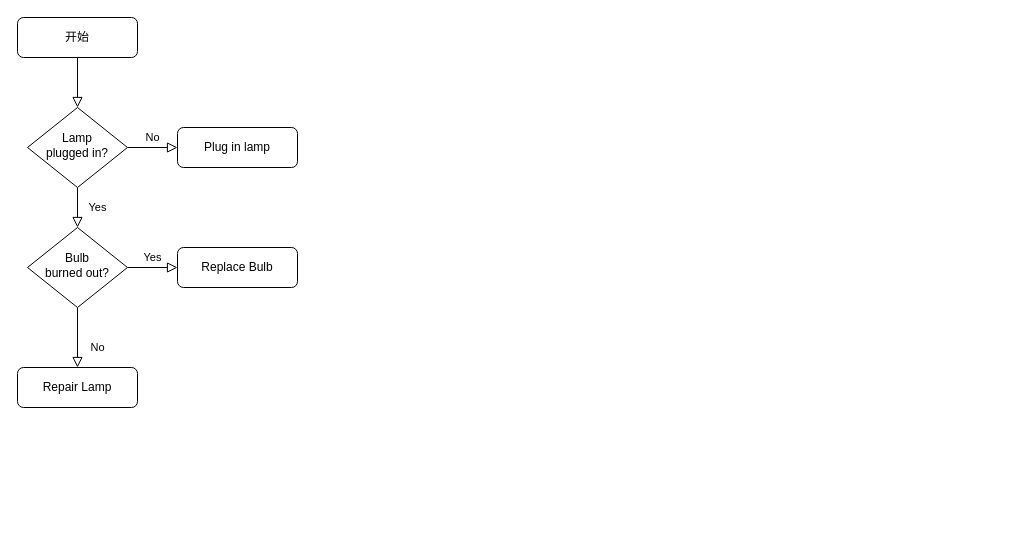
Before: 未命名绘图.drawio in CrazyBeats/ZRepo, a draw.io diagram. Source tidied: cells renumbered, new cells numbered last; positions are measured from the earlier drawing's top-left corner, leaving out a move shared by most shapes. Both pictures are drawn from the tidied source at 100%, with x=0, y=0 at pixel (17, 17).
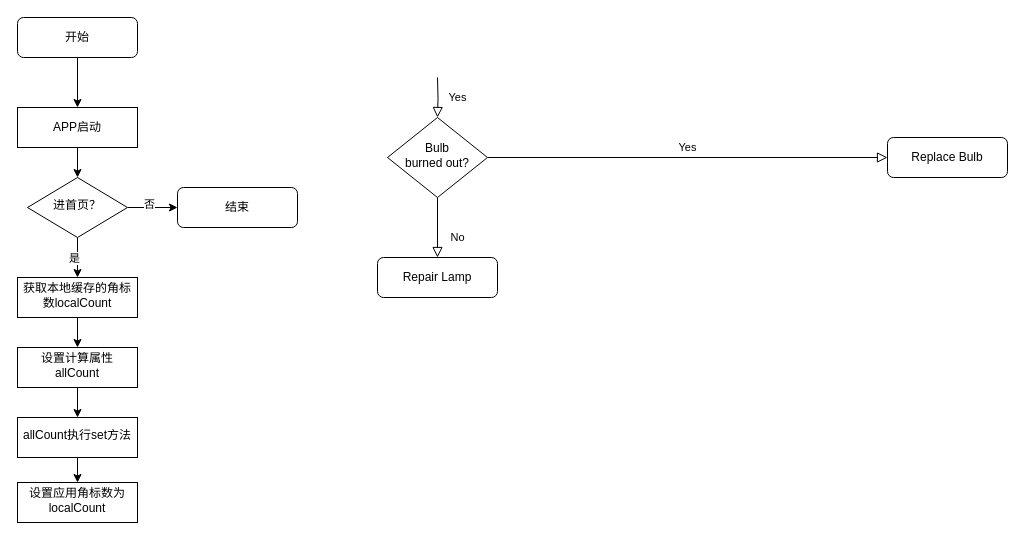
After the change.

Commit message:
桌面角标流程图.drawio

Unchanged cells that the change refers to:
```xml
<mxCell id="3" value="开始" style="rounded=1;whiteSpace=wrap;html=1;fontSize=12;glass=0;strokeWidth=1;shadow=0;" parent="1" vertex="1">
  <mxGeometry width="120" height="40" as="geometry" />
</mxCell>
```

Change to the diagram source:
```diff
@@
-    <mxCell id="2" style="rounded=0;html=1;jettySize=auto;fontSize=11;endArrow=block;endFill=0;endSize=8;strokeWidth=1;shadow=0;labelBackgroundColor=none;edgeStyle=orthogonalEdgeStyle;" parent="1" edge="1" source="3" target="6">
-      <mxGeometry relative="1" as="geometry" />
-    </mxCell>
+    <mxCell id="13" style="edgeStyle=orthogonalEdgeStyle;rounded=0;jettySize=auto;html=1;" parent="1" edge="1" source="3" target="15">
+      <mxGeometry relative="1" as="geometry" />
+    </mxCell>
@@
-    <mxCell id="4" value="Yes" style="rounded=0;html=1;jettySize=auto;fontSize=11;endArrow=block;endFill=0;endSize=8;strokeWidth=1;shadow=0;labelBackgroundColor=none;edgeStyle=orthogonalEdgeStyle;" parent="1" edge="1" source="6" target="10">
-      <mxGeometry y="20" relative="1" as="geometry" />
+    <mxCell id="4" value="Yes" style="rounded=0;html=1;jettySize=auto;fontSize=11;endArrow=block;endFill=0;endSize=8;strokeWidth=1;shadow=0;labelBackgroundColor=none;edgeStyle=orthogonalEdgeStyle;" parent="1" edge="1" target="10">
+      <mxGeometry y="20" relative="1" as="geometry">
+        <mxPoint x="420" y="60" as="sourcePoint" />
+      </mxGeometry>
     </mxCell>
-    <mxCell id="5" value="No" style="edgeStyle=orthogonalEdgeStyle;rounded=0;html=1;jettySize=auto;fontSize=11;endArrow=block;endFill=0;endSize=8;strokeWidth=1;shadow=0;labelBackgroundColor=none;" parent="1" edge="1" source="6" target="7">
-      <mxGeometry y="10" relative="1" as="geometry" />
-    </mxCell>
-    <mxCell id="6" value="Lamp&lt;br&gt;plugged in?" style="rhombus;whiteSpace=wrap;html=1;shadow=0;fontFamily=Helvetica;fontSize=12;align=center;strokeWidth=1;spacing=6;spacingTop=-4;" parent="1" vertex="1">
-      <mxGeometry x="10" y="90" width="100" height="80" as="geometry" />
-    </mxCell>
-    <mxCell id="7" value="Plug in lamp" style="rounded=1;whiteSpace=wrap;html=1;fontSize=12;glass=0;strokeWidth=1;shadow=0;" parent="1" vertex="1">
-      <mxGeometry x="160" y="110" width="120" height="40" as="geometry" />
-    </mxCell>
@@
     <mxCell id="10" value="Bulb&lt;br&gt;burned out?" style="rhombus;whiteSpace=wrap;html=1;shadow=0;fontFamily=Helvetica;fontSize=12;align=center;strokeWidth=1;spacing=6;spacingTop=-4;" parent="1" vertex="1">
-      <mxGeometry x="10" y="210" width="100" height="80" as="geometry" />
+      <mxGeometry x="370" y="100" width="100" height="80" as="geometry" />
     </mxCell>
     <mxCell id="11" value="Repair Lamp" style="rounded=1;whiteSpace=wrap;html=1;fontSize=12;glass=0;strokeWidth=1;shadow=0;" parent="1" vertex="1">
-      <mxGeometry y="350" width="120" height="40" as="geometry" />
+      <mxGeometry x="360" y="240" width="120" height="40" as="geometry" />
     </mxCell>
     <mxCell id="12" value="Replace Bulb" style="rounded=1;whiteSpace=wrap;html=1;fontSize=12;glass=0;strokeWidth=1;shadow=0;" parent="1" vertex="1">
-      <mxGeometry x="160" y="230" width="120" height="40" as="geometry" />
+      <mxGeometry x="870" y="120" width="120" height="40" as="geometry" />
     </mxCell>
+    <mxCell id="14" style="edgeStyle=orthogonalEdgeStyle;rounded=0;jettySize=auto;html=1;" parent="1" edge="1" source="15" target="20">
+      <mxGeometry relative="1" as="geometry" />
+    </mxCell>
+    <mxCell id="15" value="APP启动" style="rounded=0;whiteSpace=wrap;html=1;" parent="1" vertex="1">
+      <mxGeometry y="90" width="120" height="40" as="geometry" />
+    </mxCell>
+    <mxCell id="16" style="edgeStyle=orthogonalEdgeStyle;rounded=0;jettySize=auto;html=1;" parent="1" edge="1" source="20" target="21">
+      <mxGeometry relative="1" as="geometry" />
+    </mxCell>
+    <mxCell id="17" value="否" style="edgeLabel;html=1;align=center;verticalAlign=middle;" parent="16" vertex="1">
+      <mxGeometry x="-0.16" y="4" relative="1" as="geometry" />
+    </mxCell>
+    <mxCell id="18" style="edgeStyle=orthogonalEdgeStyle;rounded=0;jettySize=auto;html=1;" parent="1" edge="1" source="20" target="23">
+      <mxGeometry relative="1" as="geometry" />
+    </mxCell>
+    <mxCell id="19" value="是" style="edgeLabel;html=1;align=center;verticalAlign=middle;" parent="18" vertex="1">
+      <mxGeometry x="-0.76" y="-4" relative="1" as="geometry">
+        <mxPoint y="15" as="offset" />
+      </mxGeometry>
+    </mxCell>
+    <mxCell id="20" value="进首页？" style="rhombus;whiteSpace=wrap;html=1;shadow=0;fontFamily=Helvetica;fontSize=12;align=center;strokeWidth=1;spacing=6;spacingTop=-4;" parent="1" vertex="1">
+      <mxGeometry x="10" y="160" width="100" height="60" as="geometry" />
+    </mxCell>
+    <mxCell id="21" value="结束" style="rounded=1;whiteSpace=wrap;html=1;fontSize=12;glass=0;strokeWidth=1;shadow=0;" parent="1" vertex="1">
+      <mxGeometry x="160" y="170" width="120" height="40" as="geometry" />
+    </mxCell>
+    <mxCell id="22" style="edgeStyle=orthogonalEdgeStyle;rounded=0;jettySize=auto;html=1;" parent="1" edge="1" source="23" target="25">
+      <mxGeometry relative="1" as="geometry" />
+    </mxCell>
+    <mxCell id="23" value="获取本地缓存的角标数localCount" style="whiteSpace=wrap;html=1;shadow=0;strokeWidth=1;spacing=6;spacingTop=-4;" parent="1" vertex="1">
+      <mxGeometry y="260" width="120" height="40" as="geometry" />
+    </mxCell>
+    <mxCell id="24" style="edgeStyle=orthogonalEdgeStyle;rounded=0;jettySize=auto;html=1;" parent="1" edge="1" source="25" target="27">
+      <mxGeometry relative="1" as="geometry" />
+    </mxCell>
+    <mxCell id="25" value="设置计算属性allCount" style="whiteSpace=wrap;html=1;shadow=0;strokeWidth=1;spacing=6;spacingTop=-4;" parent="1" vertex="1">
+      <mxGeometry y="330" width="120" height="40" as="geometry" />
+    </mxCell>
+    <mxCell id="26" style="edgeStyle=orthogonalEdgeStyle;rounded=0;jettySize=auto;html=1;" parent="1" edge="1" source="27" target="28">
+      <mxGeometry relative="1" as="geometry" />
+    </mxCell>
+    <mxCell id="27" value="allCount执行set方法" style="whiteSpace=wrap;html=1;shadow=0;strokeWidth=1;spacing=6;spacingTop=-4;" parent="1" vertex="1">
+      <mxGeometry y="400" width="120" height="40" as="geometry" />
+    </mxCell>
+    <mxCell id="28" value="设置应用角标数为localCount" style="whiteSpace=wrap;html=1;shadow=0;strokeWidth=1;spacing=6;spacingTop=-4;" parent="1" vertex="1">
+      <mxGeometry y="465" width="120" height="40" as="geometry" />
+    </mxCell>
```
